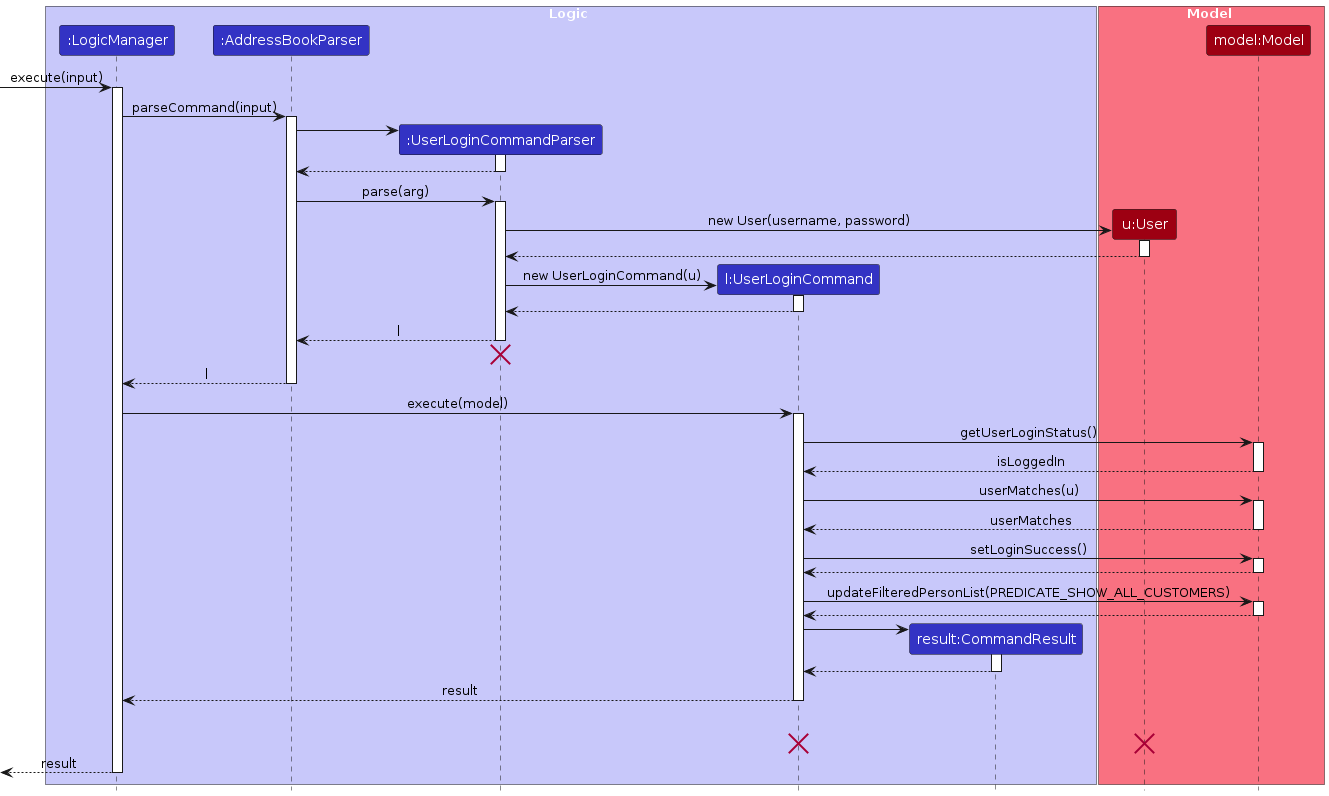
Before: diagrams/UserLoginSequenceDiagram.png, a diagram exported from PlantUML (zhonghan721/tp). Its source is kept beside it as diagrams/UserLoginSequenceDiagram.puml.
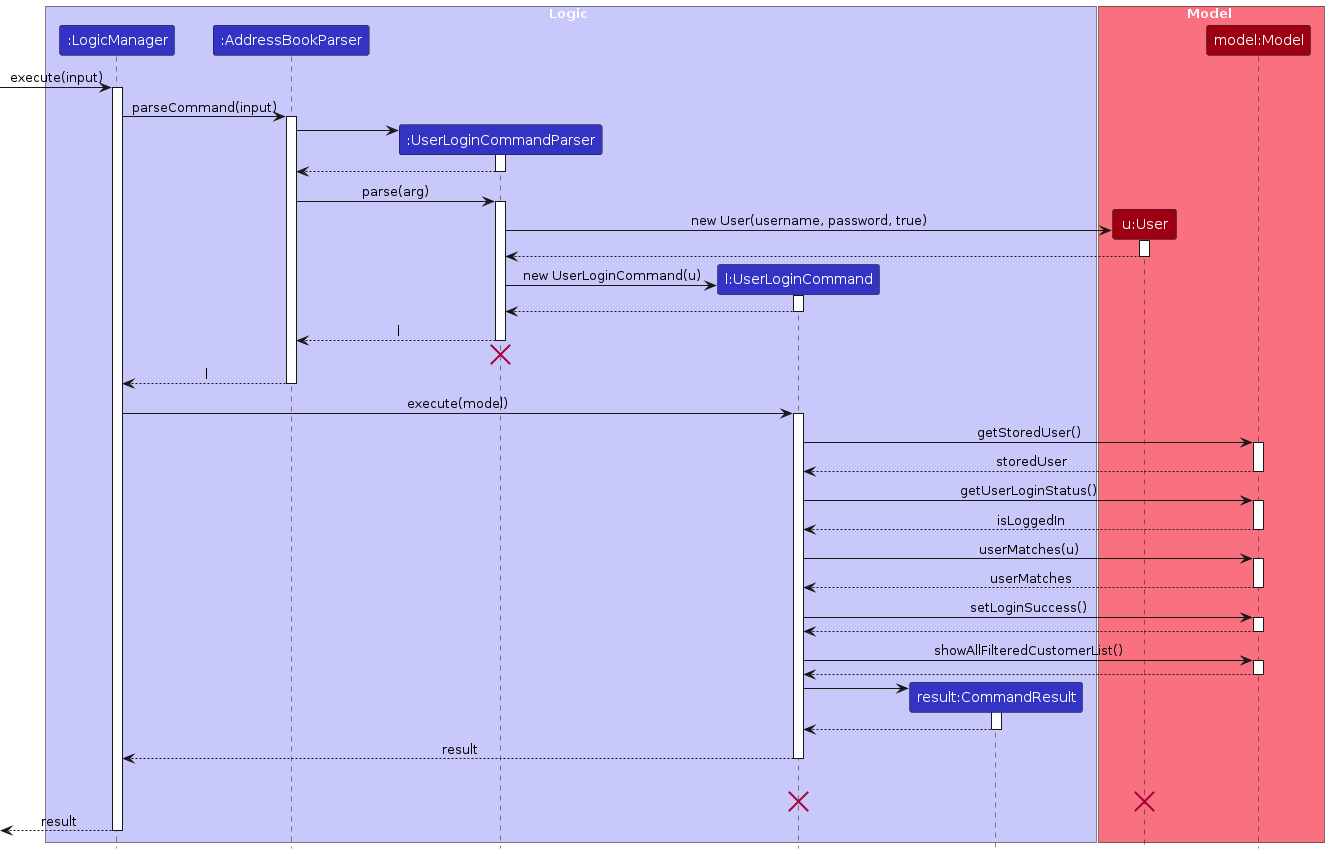
Later version of the same file.

The edit, as a diff of the source:
```diff
@@ -31,7 +31,7 @@
 activate UserLoginCommandParser
 
 create User
-UserLoginCommandParser -> User : new User(username, password)
+UserLoginCommandParser -> User : new User(username, password, true)
 activate User
 
 User --> UserLoginCommandParser
@@ -55,6 +55,12 @@
 LogicManager -> UserLoginCommand : execute(model)
 activate UserLoginCommand
 
+UserLoginCommand -> Model : getStoredUser()
+activate Model
+
+Model --> UserLoginCommand : storedUser
+deactivate Model
+
 UserLoginCommand -> Model : getUserLoginStatus()
 activate Model
 
@@ -73,7 +79,7 @@
 Model --> UserLoginCommand
 deactivate Model
 
-UserLoginCommand -> Model : updateFilteredPersonList(PREDICATE_SHOW_ALL_CUSTOMERS)
+UserLoginCommand -> Model : showAllFilteredCustomerList()
 activate Model
 
 Model --> UserLoginCommand
```
